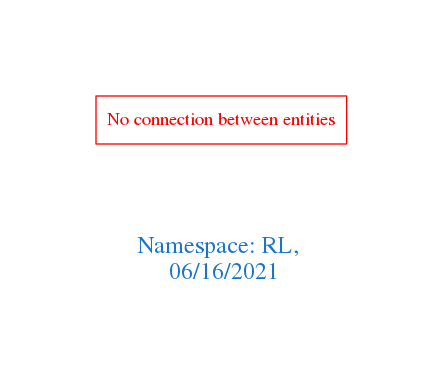
Above: downloads/RL.png in arago/OGIT (Graphviz), before the change. Its source is kept beside it as downloads/RL.dot.
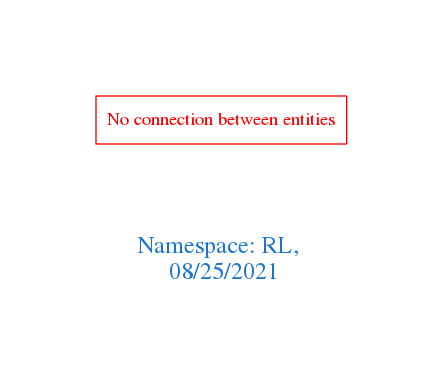
After the commit.

Change to the diagram source:
```diff
@@ -1,7 +1,7 @@
 digraph OGIT_ontology {
  graph [ rankdir= LR,pad=1
 fontsize = 18,
-fontcolor= dodgerblue3,label = "\n\n\nNamespace: RL, \n 06/16/2021"];
+fontcolor= dodgerblue3,label = "\n\n\nNamespace: RL, \n 08/25/2021"];
 node[shape=polygon];
 edge [  color="gray81"];
 
```
